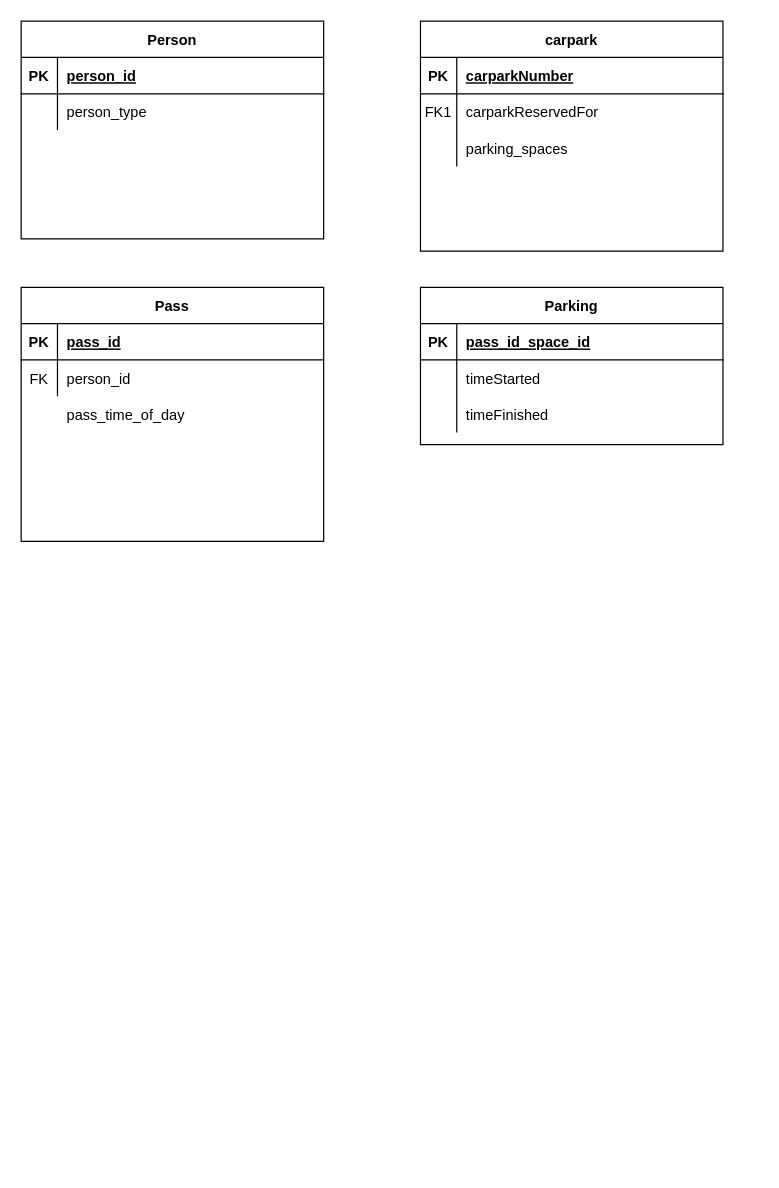
TheCSharpAcademy/USC.ICT211.DatabaseDesign keeps this draw.io diagram as Untitled Diagram.drawio. Above is the earlier version. Source tidied: cells renumbered, new cells numbered last; positions are measured from the earlier drawing's top-left corner, leaving out a move shared by most shapes. Both pictures are drawn from the tidied source at 121%, with x=0, y=0 at pixel (21, 21).
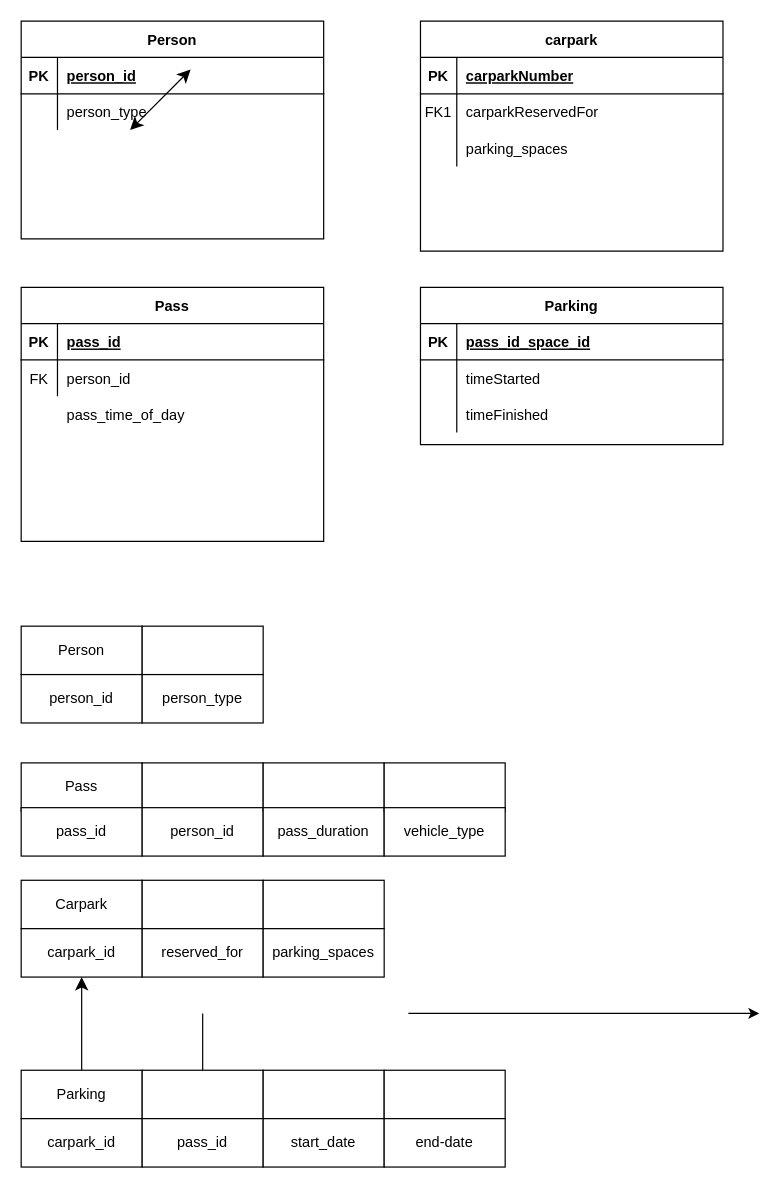
After the change.

What changed in the source:
```diff
@@
+    <mxCell id="37" value="Person" style="whiteSpace=wrap;html=1;align=center;" parent="1" vertex="1">
+      <mxGeometry y="500" width="100" height="40" as="geometry" />
+    </mxCell>
+    <mxCell id="38" style="whiteSpace=wrap;html=1;align=center;" parent="1" vertex="1">
+      <mxGeometry x="100" y="500" width="100" height="40" as="geometry" />
+    </mxCell>
+    <mxCell id="39" value="person_id" style="whiteSpace=wrap;html=1;align=center;" parent="1" vertex="1">
+      <mxGeometry y="540" width="100" height="40" as="geometry" />
+    </mxCell>
+    <mxCell id="40" value="person_type" style="whiteSpace=wrap;html=1;align=center;" parent="1" vertex="1">
+      <mxGeometry x="100" y="540" width="100" height="40" as="geometry" />
+    </mxCell>
+    <mxCell id="41" value="Pass" style="whiteSpace=wrap;html=1;align=center;" parent="1" vertex="1">
+      <mxGeometry y="613" width="100" height="40" as="geometry" />
+    </mxCell>
+    <mxCell id="42" style="whiteSpace=wrap;html=1;align=center;" parent="1" vertex="1">
+      <mxGeometry x="100" y="613" width="100" height="40" as="geometry" />
+    </mxCell>
+    <mxCell id="43" value="pass_id" style="whiteSpace=wrap;html=1;align=center;" parent="1" vertex="1">
+      <mxGeometry y="650" width="100" height="40" as="geometry" />
+    </mxCell>
+    <mxCell id="44" value="person_id" style="whiteSpace=wrap;html=1;align=center;" parent="1" vertex="1">
+      <mxGeometry x="100" y="650" width="100" height="40" as="geometry" />
+    </mxCell>
+    <mxCell id="45" style="whiteSpace=wrap;html=1;align=center;" parent="1" vertex="1">
+      <mxGeometry x="200" y="613" width="100" height="40" as="geometry" />
+    </mxCell>
+    <mxCell id="46" value="pass_duration" style="whiteSpace=wrap;html=1;align=center;" parent="1" vertex="1">
+      <mxGeometry x="200" y="650" width="100" height="40" as="geometry" />
+    </mxCell>
+    <mxCell id="47" style="whiteSpace=wrap;html=1;align=center;" parent="1" vertex="1">
+      <mxGeometry x="300" y="613" width="100" height="40" as="geometry" />
+    </mxCell>
+    <mxCell id="48" value="vehicle_type" style="whiteSpace=wrap;html=1;align=center;" parent="1" vertex="1">
+      <mxGeometry x="300" y="650" width="100" height="40" as="geometry" />
+    </mxCell>
+    <mxCell id="49" value="Carpark" style="whiteSpace=wrap;html=1;align=center;" parent="1" vertex="1">
+      <mxGeometry y="710" width="100" height="40" as="geometry" />
+    </mxCell>
+    <mxCell id="50" style="whiteSpace=wrap;html=1;align=center;" parent="1" vertex="1">
+      <mxGeometry x="100" y="710" width="100" height="40" as="geometry" />
+    </mxCell>
+    <mxCell id="51" value="carpark_id" style="whiteSpace=wrap;html=1;align=center;" parent="1" vertex="1">
+      <mxGeometry y="750" width="100" height="40" as="geometry" />
+    </mxCell>
+    <mxCell id="52" style="edgeStyle=none;curved=1;rounded=0;orthogonalLoop=1;jettySize=auto;html=1;fontSize=12;" parent="1" edge="1">
+      <mxGeometry relative="1" as="geometry">
+        <mxPoint x="320" y="820" as="sourcePoint" />
+        <mxPoint x="610" y="820" as="targetPoint" />
+      </mxGeometry>
+    </mxCell>
+    <mxCell id="53" value="reserved_for" style="whiteSpace=wrap;html=1;align=center;" parent="1" vertex="1">
+      <mxGeometry x="100" y="750" width="100" height="40" as="geometry" />
+    </mxCell>
+    <mxCell id="54" style="whiteSpace=wrap;html=1;align=center;" parent="1" vertex="1">
+      <mxGeometry x="200" y="710" width="100" height="40" as="geometry" />
+    </mxCell>
+    <mxCell id="55" value="parking_spaces" style="whiteSpace=wrap;html=1;align=center;" parent="1" vertex="1">
+      <mxGeometry x="200" y="750" width="100" height="40" as="geometry" />
+    </mxCell>
+    <mxCell id="56" value="Parking" style="whiteSpace=wrap;html=1;align=center;" parent="1" vertex="1">
+      <mxGeometry y="867" width="100" height="40" as="geometry" />
+    </mxCell>
+    <mxCell id="57" style="whiteSpace=wrap;html=1;align=center;" parent="1" vertex="1">
+      <mxGeometry x="100" y="867" width="100" height="40" as="geometry" />
+    </mxCell>
+    <mxCell id="58" style="whiteSpace=wrap;html=1;align=center;" parent="1" vertex="1">
+      <mxGeometry x="200" y="867" width="100" height="40" as="geometry" />
+    </mxCell>
+    <mxCell id="59" style="whiteSpace=wrap;html=1;align=center;" parent="1" vertex="1">
+      <mxGeometry x="300" y="867" width="100" height="40" as="geometry" />
+    </mxCell>
+    <mxCell id="60" value="carpark_id" style="whiteSpace=wrap;html=1;align=center;" parent="1" vertex="1">
+      <mxGeometry y="907" width="100" height="40" as="geometry" />
+    </mxCell>
+    <mxCell id="61" value="pass_id" style="whiteSpace=wrap;html=1;align=center;" parent="1" vertex="1">
+      <mxGeometry x="100" y="907" width="100" height="40" as="geometry" />
+    </mxCell>
+    <mxCell id="62" value="start_date" style="whiteSpace=wrap;html=1;align=center;" parent="1" vertex="1">
+      <mxGeometry x="200" y="907" width="100" height="40" as="geometry" />
+    </mxCell>
+    <mxCell id="63" value="end-date" style="whiteSpace=wrap;html=1;align=center;" parent="1" vertex="1">
+      <mxGeometry x="300" y="907" width="100" height="40" as="geometry" />
+    </mxCell>
+    <mxCell id="64" style="endArrow=classic;startArrow=classic;html=1;rounded=0;fontSize=12;startSize=8;endSize=8;" parent="1" edge="1">
+      <mxGeometry relative="1" as="geometry">
+        <mxPoint x="90" y="90" as="sourcePoint" />
+        <mxPoint x="140" y="40" as="targetPoint" />
+      </mxGeometry>
+    </mxCell>
+    <mxCell id="65" style="endArrow=classic;html=1;rounded=0;fontSize=12;startSize=8;endSize=8;exitX=0.5;exitY=0;exitDx=0;exitDy=0;entryX=0.5;entryY=1;entryDx=0;entryDy=0;" parent="1" edge="1" source="56" target="51">
+      <mxGeometry relative="1" as="geometry" />
+    </mxCell>
+    <mxCell id="66" style="endArrow=none;html=1;rounded=0;fontSize=12;startSize=8;endSize=8;exitX=0.5;exitY=0;exitDx=0;exitDy=0;" parent="1" edge="1" source="57">
+      <mxGeometry relative="1" as="geometry">
+        <mxPoint x="150" y="820" as="targetPoint" />
+      </mxGeometry>
+    </mxCell>
```
